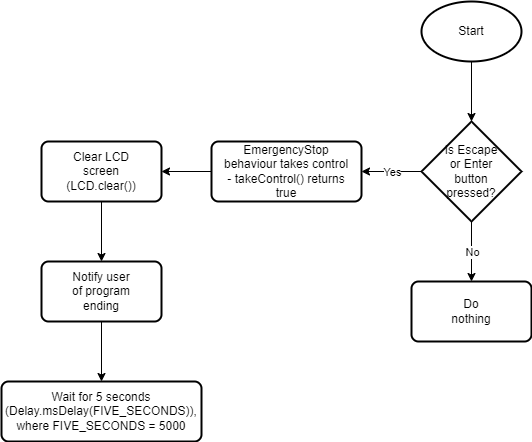
The draw.io diagram Final submission/EmergencyStopControlFlow.png in XLmT09/Bunny-Robot, before a commit. Source tidied: cells renumbered, new cells last; positions are measured from the earlier drawing's top-left corner, leaving out a move shared by most shapes.
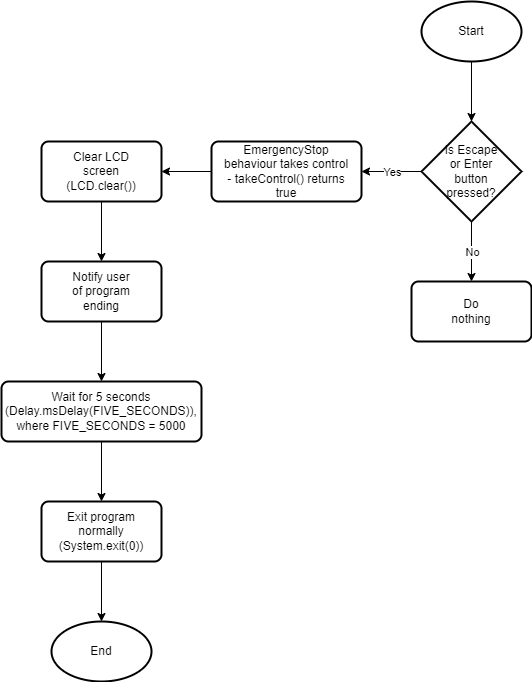
After the change.

What changed in the source:
```diff
@@ -74,14 +74,43 @@
     <mxCell id="25" value="Notify user of program ending" style="text;html=1;strokeColor=none;fillColor=none;align=center;verticalAlign=middle;whiteSpace=wrap;rounded=0;hachureGap=4;" parent="23" vertex="1">
       <mxGeometry x="30" y="15" width="60" height="30" as="geometry" />
     </mxCell>
+    <mxCell id="28" style="endArrow=classic;html=1;rounded=0;sourcePerimeterSpacing=8;targetPerimeterSpacing=8;curved=1;entryX=0.5;entryY=0;entryDx=0;entryDy=0;exitX=0.5;exitY=1;exitDx=0;exitDy=0;" parent="1" edge="1" source="24" target="26">
+      <mxGeometry relative="1" as="geometry" />
+    </mxCell>
+    <mxCell id="29" style="group;" parent="1" vertex="1">
+      <mxGeometry y="380" width="200" height="60" as="geometry" />
+    </mxCell>
-    <mxCell id="26" style="rounded=1;whiteSpace=wrap;html=1;absoluteArcSize=1;arcSize=14;strokeWidth=2;hachureGap=4;" parent="1" vertex="1">
-      <mxGeometry y="380" width="200" height="60" as="geometry" />
+    <mxCell id="26" style="rounded=1;whiteSpace=wrap;html=1;absoluteArcSize=1;arcSize=14;strokeWidth=2;hachureGap=4;" parent="29" vertex="1">
+      <mxGeometry width="200" height="60" as="geometry" />
     </mxCell>
-    <mxCell id="27" value="Wait for 5 seconds (Delay.msDelay(FIVE_SECONDS)), where FIVE_SECONDS = 5000" style="text;html=1;strokeColor=none;fillColor=none;align=center;verticalAlign=middle;whiteSpace=wrap;rounded=0;hachureGap=4;" parent="1" vertex="1">
-      <mxGeometry x="70" y="395" width="60" height="30" as="geometry" />
+    <mxCell id="27" value="Wait for 5 seconds (Delay.msDelay(FIVE_SECONDS)), where FIVE_SECONDS = 5000" style="text;html=1;strokeColor=none;fillColor=none;align=center;verticalAlign=middle;whiteSpace=wrap;rounded=0;hachureGap=4;" parent="29" vertex="1">
+      <mxGeometry x="70" y="15" width="60" height="30" as="geometry" />
     </mxCell>
-    <mxCell id="28" style="endArrow=classic;html=1;rounded=0;sourcePerimeterSpacing=8;targetPerimeterSpacing=8;curved=1;entryX=0.5;entryY=0;entryDx=0;entryDy=0;exitX=0.5;exitY=1;exitDx=0;exitDy=0;" parent="1" edge="1" source="24" target="26">
-      <mxGeometry relative="1" as="geometry" />
-    </mxCell>
+    <mxCell id="30" style="group;" parent="1" vertex="1">
+      <mxGeometry x="40" y="500" width="120" height="60" as="geometry" />
+    </mxCell>
+    <mxCell id="31" style="rounded=1;whiteSpace=wrap;html=1;absoluteArcSize=1;arcSize=14;strokeWidth=2;hachureGap=4;" parent="30" vertex="1">
+      <mxGeometry width="120" height="60" as="geometry" />
+    </mxCell>
+    <mxCell id="32" value="Exit program normally (System.exit(0))" style="text;html=1;strokeColor=none;fillColor=none;align=center;verticalAlign=middle;whiteSpace=wrap;rounded=0;hachureGap=4;" parent="30" vertex="1">
+      <mxGeometry x="30" y="15" width="60" height="30" as="geometry" />
+    </mxCell>
+    <mxCell id="33" style="endArrow=classic;html=1;rounded=0;sourcePerimeterSpacing=8;targetPerimeterSpacing=8;curved=1;entryX=0.5;entryY=0;entryDx=0;entryDy=0;exitX=0.5;exitY=1;exitDx=0;exitDy=0;" parent="1" edge="1" source="26" target="31">
+      <mxGeometry relative="1" as="geometry" />
+    </mxCell>
+    <mxCell id="34" style="endArrow=classic;html=1;rounded=0;sourcePerimeterSpacing=8;targetPerimeterSpacing=8;curved=1;entryX=0.5;entryY=0;entryDx=0;entryDy=0;entryPerimeter=0;" parent="1" edge="1" target="36">
+      <mxGeometry relative="1" as="geometry">
+        <mxPoint x="100" y="560" as="sourcePoint" />
+      </mxGeometry>
+    </mxCell>
+    <mxCell id="35" style="group;" parent="1" vertex="1">
+      <mxGeometry x="50" y="620" width="100" height="60" as="geometry" />
+    </mxCell>
+    <mxCell id="36" style="strokeWidth=2;html=1;shape=mxgraph.flowchart.start_1;whiteSpace=wrap;hachureGap=4;" parent="35" vertex="1">
+      <mxGeometry width="100" height="60" as="geometry" />
+    </mxCell>
+    <mxCell id="37" value="End" style="text;html=1;strokeColor=none;fillColor=none;align=center;verticalAlign=middle;whiteSpace=wrap;rounded=0;hachureGap=4;" parent="35" vertex="1">
+      <mxGeometry x="20" y="15" width="60" height="30" as="geometry" />
+    </mxCell>
   </root>
 </mxGraphModel>
```
